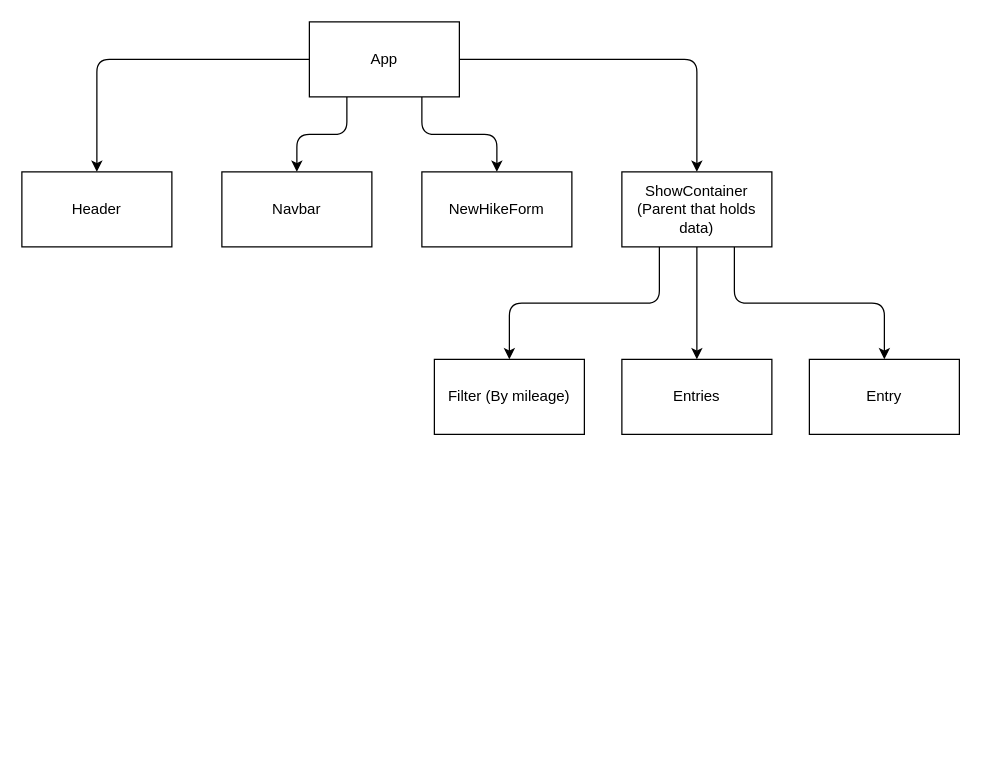
Before: Hierarchy.drawio in Stelluuh/Phase-2-Project-VentureLog, a draw.io diagram. Source tidied: cells renumbered, new cells numbered last; positions are measured from the earlier drawing's top-left corner, leaving out a move shared by most shapes. Both pictures are drawn from the tidied source at 125%, with x=0, y=0 at pixel (21, 21).
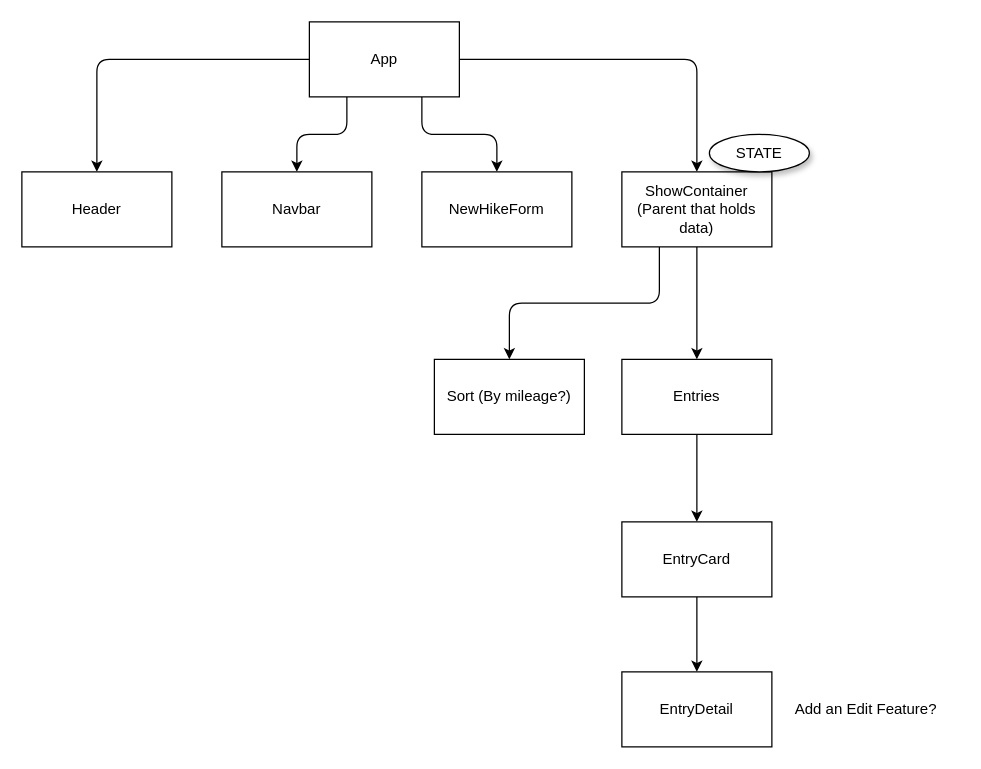
The same diagram, later.

Unchanged cells that the change refers to:
```xml
<mxCell id="13" value="ShowContainer (Parent that holds data)" style="whiteSpace=wrap;html=1;" parent="1" vertex="1">
  <mxGeometry x="480" y="120" width="120" height="60" as="geometry" />
</mxCell>
<mxCell id="15" value="Entries" style="whiteSpace=wrap;html=1;" parent="1" vertex="1">
  <mxGeometry x="480" y="270" width="120" height="60" as="geometry" />
</mxCell>
```

Change to the diagram source:
```diff
@@
-    <mxCell id="11" style="edgeStyle=orthogonalEdgeStyle;html=1;exitX=0.75;exitY=1;exitDx=0;exitDy=0;entryX=0.5;entryY=0;entryDx=0;entryDy=0;" parent="1" edge="1" source="13" target="16">
-      <mxGeometry relative="1" as="geometry" />
-    </mxCell>
@@
-    <mxCell id="14" value="Filter (By mileage)" style="whiteSpace=wrap;html=1;" parent="1" vertex="1">
+    <mxCell id="14" value="Sort (By mileage?)" style="whiteSpace=wrap;html=1;" parent="1" vertex="1">
       <mxGeometry x="330" y="270" width="120" height="60" as="geometry" />
     </mxCell>
+    <mxCell id="17" style="edgeStyle=none;html=1;entryX=0.5;entryY=0;entryDx=0;entryDy=0;" parent="1" edge="1" source="15" target="16">
+      <mxGeometry relative="1" as="geometry" />
+    </mxCell>
@@
+    <mxCell id="18" style="edgeStyle=none;html=1;" parent="1" edge="1" source="16">
+      <mxGeometry relative="1" as="geometry">
+        <mxPoint x="540" y="520" as="targetPoint" />
+      </mxGeometry>
+    </mxCell>
-    <mxCell id="16" value="Entry" style="whiteSpace=wrap;html=1;" parent="1" vertex="1">
-      <mxGeometry x="630" y="270" width="120" height="60" as="geometry" />
+    <mxCell id="16" value="EntryCard" style="whiteSpace=wrap;html=1;" parent="1" vertex="1">
+      <mxGeometry x="480" y="400" width="120" height="60" as="geometry" />
     </mxCell>
+    <mxCell id="19" value="EntryDetail" style="whiteSpace=wrap;html=1;" parent="1" vertex="1">
+      <mxGeometry x="480" y="520" width="120" height="60" as="geometry" />
+    </mxCell>
+    <mxCell id="20" value="STATE" style="ellipse;whiteSpace=wrap;html=1;shadow=1;" parent="1" vertex="1">
+      <mxGeometry x="550" y="90" width="80" height="30" as="geometry" />
+    </mxCell>
+    <mxCell id="21" value="Add an Edit Feature?" style="text;html=1;align=center;verticalAlign=middle;strokeColor=none;fillColor=none;" parent="1" vertex="1">
+      <mxGeometry x="610" y="540" width="130" height="20" as="geometry" />
+    </mxCell>
```
